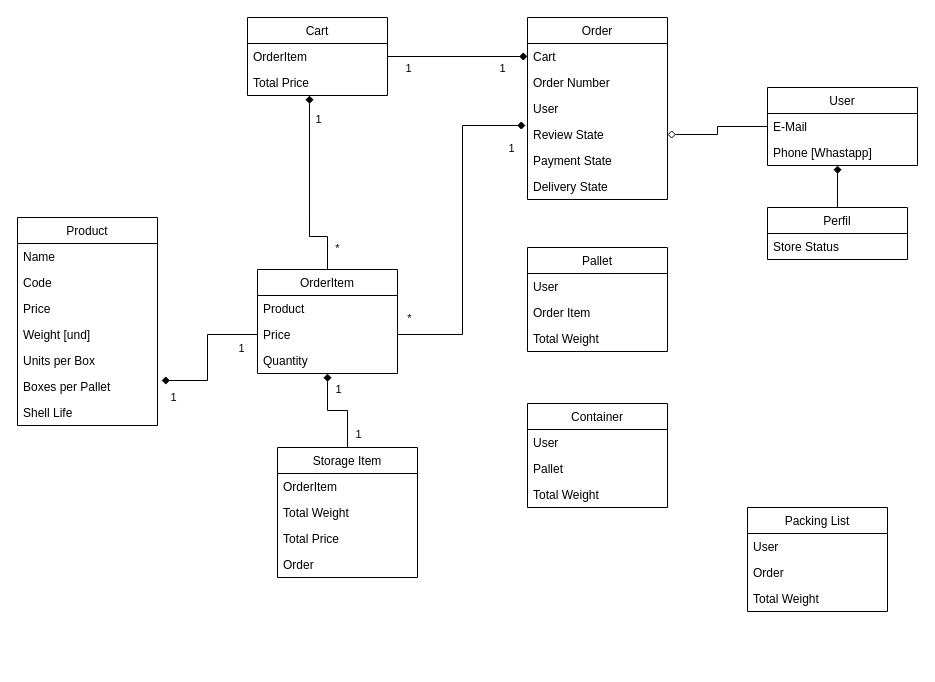
This is LUJACOL Class Diagram.drawio from jacobitosuperstar/lujacol, a draw.io file, before an edit. Source tidied: cells renumbered, new cells numbered last; positions are measured from the earlier drawing's top-left corner, leaving out a move shared by most shapes. Both pictures are drawn from the tidied source at 100%, with x=0, y=0 at pixel (17, 17).
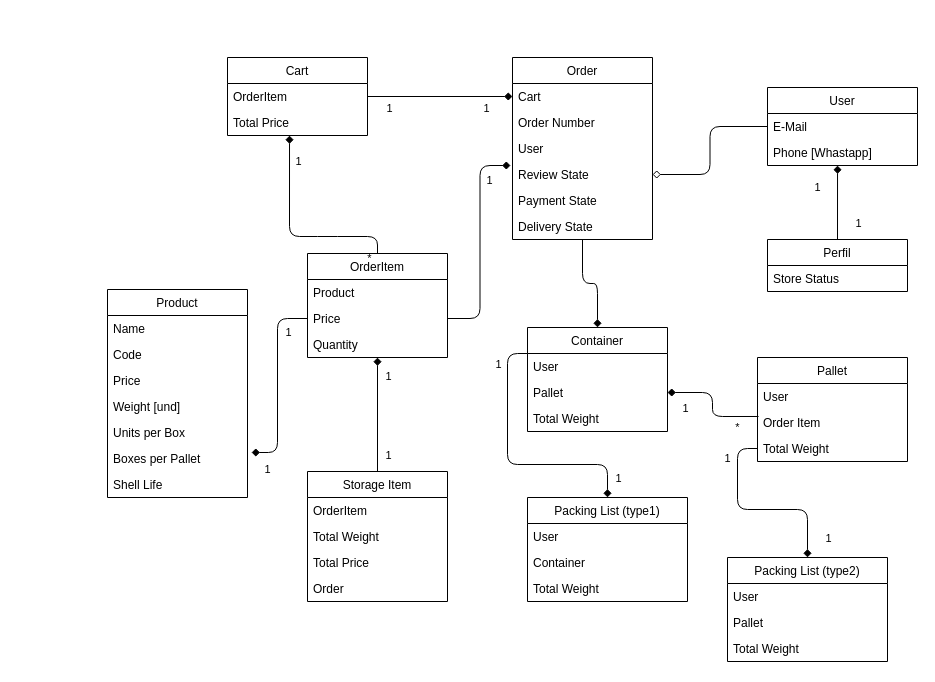
After the change.

Commit message:
Actualización Correcciones

Unchanged cells that the change refers to:
```xml
<mxCell id="8" value="Boxes per Pallet" style="text;strokeColor=none;fillColor=none;align=left;verticalAlign=top;spacingLeft=4;spacingRight=4;overflow=hidden;points=[[0,0.5],[1,0.5]];portConstraint=eastwest;" parent="2" vertex="1">
  <mxGeometry y="156" width="140" height="26" as="geometry" />
</mxCell>
<mxCell id="15" value="Total Price" style="text;strokeColor=none;fillColor=none;align=left;verticalAlign=top;spacingLeft=4;spacingRight=4;overflow=hidden;points=[[0,0.5],[1,0.5]];portConstraint=eastwest;" parent="13" vertex="1">
  <mxGeometry y="52" width="140" height="26" as="geometry" />
</mxCell>
<mxCell id="24" value="Price" style="text;strokeColor=none;fillColor=none;align=left;verticalAlign=top;spacingLeft=4;spacingRight=4;overflow=hidden;points=[[0,0.5],[1,0.5]];portConstraint=eastwest;" parent="22" vertex="1">
  <mxGeometry y="52" width="140" height="26" as="geometry" />
</mxCell>
<mxCell id="27" value="E-Mail" style="text;strokeColor=none;fillColor=none;align=left;verticalAlign=top;spacingLeft=4;spacingRight=4;overflow=hidden;points=[[0,0.5],[1,0.5]];portConstraint=eastwest;" parent="26" vertex="1">
  <mxGeometry y="26" width="150" height="26" as="geometry" />
</mxCell>
<mxCell id="28" value="Phone [Whastapp]" style="text;strokeColor=none;fillColor=none;align=left;verticalAlign=top;spacingLeft=4;spacingRight=4;overflow=hidden;points=[[0,0.5],[1,0.5]];portConstraint=eastwest;" parent="26" vertex="1">
  <mxGeometry y="52" width="150" height="26" as="geometry" />
</mxCell>
<mxCell id="32" value="Cart&#10;" style="text;strokeColor=none;fillColor=none;align=left;verticalAlign=top;spacingLeft=4;spacingRight=4;overflow=hidden;points=[[0,0.5],[1,0.5]];portConstraint=eastwest;" parent="31" vertex="1">
  <mxGeometry y="26" width="140" height="26" as="geometry" />
</mxCell>
<mxCell id="35" value="Review State" style="text;strokeColor=none;fillColor=none;align=left;verticalAlign=top;spacingLeft=4;spacingRight=4;overflow=hidden;points=[[0,0.5],[1,0.5]];portConstraint=eastwest;" parent="31" vertex="1">
  <mxGeometry y="104" width="140" height="26" as="geometry" />
</mxCell>
<mxCell id="50" value="Pallet" style="text;strokeColor=none;fillColor=none;align=left;verticalAlign=top;spacingLeft=4;spacingRight=4;overflow=hidden;points=[[0,0.5],[1,0.5]];portConstraint=eastwest;" parent="48" vertex="1">
  <mxGeometry y="52" width="140" height="26" as="geometry" />
</mxCell>
```

What changed in the source:
```diff
@@
     <mxCell id="2" value="Product" style="swimlane;fontStyle=0;horizontal=1;startSize=26;fillColor=none;" parent="1" vertex="1">
-      <mxGeometry y="200" width="140" height="208" as="geometry" />
+      <mxGeometry x="90" y="272" width="140" height="208" as="geometry" />
     </mxCell>
@@
-    <mxCell id="10" style="edgeStyle=orthogonalEdgeStyle;rounded=0;jettySize=auto;html=1;exitX=1;exitY=0.5;exitDx=0;exitDy=0;endArrow=diamond;endFill=1;" parent="1" edge="1" source="13" target="32">
+    <mxCell id="10" style="edgeStyle=orthogonalEdgeStyle;rounded=1;jettySize=auto;html=1;exitX=1;exitY=0.5;exitDx=0;exitDy=0;endArrow=diamond;endFill=1;" parent="1" edge="1" source="13" target="32">
       <mxGeometry relative="1" as="geometry" />
     </mxCell>
@@
     <mxCell id="13" value="Cart" style="swimlane;fontStyle=0;horizontal=1;startSize=26;fillColor=none;" parent="1" vertex="1">
-      <mxGeometry x="230" width="140" height="78" as="geometry" />
+      <mxGeometry x="210" y="40" width="140" height="78" as="geometry" />
     </mxCell>
@@
-    <mxCell id="16" style="edgeStyle=orthogonalEdgeStyle;rounded=0;jettySize=auto;html=1;entryX=0.5;entryY=0;entryDx=0;entryDy=0;startArrow=diamond;startFill=1;endArrow=none;endFill=0;strokeColor=default;" parent="1" edge="1" source="22" target="43">
+    <mxCell id="16" style="edgeStyle=orthogonalEdgeStyle;rounded=1;jettySize=auto;html=1;entryX=0.5;entryY=0;entryDx=0;entryDy=0;startArrow=diamond;startFill=1;endArrow=none;endFill=0;" parent="1" edge="1" source="22" target="43">
       <mxGeometry relative="1" as="geometry" />
     </mxCell>
@@
-    <mxCell id="19" style="edgeStyle=orthogonalEdgeStyle;rounded=0;jettySize=auto;html=1;exitX=0.5;exitY=0;exitDx=0;exitDy=0;entryX=0.443;entryY=1;entryDx=0;entryDy=0;entryPerimeter=0;endArrow=diamond;endFill=1;" parent="1" edge="1" source="22" target="15">
+    <mxCell id="19" style="edgeStyle=orthogonalEdgeStyle;rounded=1;jettySize=auto;html=1;exitX=0.5;exitY=0;exitDx=0;exitDy=0;entryX=0.443;entryY=1;entryDx=0;entryDy=0;entryPerimeter=0;endArrow=diamond;endFill=1;" parent="1" edge="1" source="22" target="15">
       <mxGeometry relative="1" as="geometry">
         <Array as="points">
           <mxPoint x="310" y="219" />
           <mxPoint x="292" y="219" />
         </Array>
       </mxGeometry>
     </mxCell>
@@
     <mxCell id="21" value="*" style="edgeLabel;html=1;align=center;verticalAlign=middle;" parent="19" vertex="1">
       <mxGeometry x="-0.65" y="-2" relative="1" as="geometry">
-        <mxPoint x="10" y="13" as="offset" />
+        <mxPoint x="10" y="23" as="offset" />
       </mxGeometry>
     </mxCell>
     <mxCell id="22" value="OrderItem" style="swimlane;fontStyle=0;horizontal=1;startSize=26;fillColor=none;" parent="1" vertex="1">
-      <mxGeometry x="240" y="252" width="140" height="104" as="geometry" />
+      <mxGeometry x="290" y="236" width="140" height="104" as="geometry" />
     </mxCell>
@@
     <mxCell id="29" value="Perfil" style="swimlane;fontStyle=0;horizontal=1;startSize=26;fillColor=none;" parent="1" vertex="1">
-      <mxGeometry x="750" y="190" width="140" height="52" as="geometry" />
+      <mxGeometry x="750" y="222" width="140" height="52" as="geometry" />
     </mxCell>
@@
+    <mxCell id="63" style="edgeStyle=orthogonalEdgeStyle;rounded=1;jettySize=auto;html=1;exitX=0.5;exitY=1;exitDx=0;exitDy=0;entryX=0.5;entryY=0;entryDx=0;entryDy=0;endArrow=diamond;endFill=1;" parent="1" edge="1" source="31" target="48">
+      <mxGeometry relative="1" as="geometry" />
+    </mxCell>
     <mxCell id="31" value="Order" style="swimlane;fontStyle=0;horizontal=1;startSize=26;fillColor=none;" parent="1" vertex="1">
-      <mxGeometry x="510" width="140" height="182" as="geometry" />
+      <mxGeometry x="495" y="40" width="140" height="182" as="geometry" />
     </mxCell>
@@
-    <mxCell id="38" style="endArrow=diamond;startArrow=none;endFill=1;startFill=0;html=1;rounded=0;exitX=0.5;exitY=0;exitDx=0;exitDy=0;entryX=0.467;entryY=1;entryDx=0;entryDy=0;entryPerimeter=0;" parent="1" edge="1" source="29" target="28">
-      <mxGeometry relative="1" as="geometry" />
+    <mxCell id="38" value="1" style="endArrow=diamond;startArrow=none;endFill=1;startFill=0;html=1;rounded=1;exitX=0.5;exitY=0;exitDx=0;exitDy=0;entryX=0.467;entryY=1;entryDx=0;entryDy=0;entryPerimeter=0;" parent="1" edge="1" source="29" target="28">
+      <mxGeometry x="0.37" y="20" relative="1" as="geometry">
+        <mxPoint y="-1" as="offset" />
+      </mxGeometry>
     </mxCell>
+    <mxCell id="64" value="1" style="edgeLabel;html=1;align=center;verticalAlign=middle;" parent="38" vertex="1">
+      <mxGeometry x="-0.55" y="-1" relative="1" as="geometry">
+        <mxPoint x="19" as="offset" />
+      </mxGeometry>
+    </mxCell>
+    <mxCell id="65" style="edgeStyle=orthogonalEdgeStyle;curved=0;rounded=1;sketch=0;jettySize=auto;html=1;exitX=0.5;exitY=0;exitDx=0;exitDy=0;entryX=0;entryY=0.25;entryDx=0;entryDy=0;startArrow=diamond;startFill=1;endArrow=none;endFill=0;" parent="1" edge="1" source="39" target="48">
+      <mxGeometry relative="1" as="geometry" />
+    </mxCell>
+    <mxCell id="66" value="1" style="edgeLabel;html=1;align=center;verticalAlign=middle;" parent="65" vertex="1">
+      <mxGeometry x="0.8" y="-3" relative="1" as="geometry">
+        <mxPoint x="-13" y="4" as="offset" />
+      </mxGeometry>
+    </mxCell>
+    <mxCell id="67" value="1" style="edgeLabel;html=1;align=center;verticalAlign=middle;" parent="65" vertex="1">
+      <mxGeometry x="-0.89" y="-2" relative="1" as="geometry">
+        <mxPoint x="8" y="-5" as="offset" />
+      </mxGeometry>
+    </mxCell>
-    <mxCell id="39" value="Packing List" style="swimlane;fontStyle=0;horizontal=1;startSize=26;fillColor=none;" parent="1" vertex="1">
-      <mxGeometry x="730" y="490" width="140" height="104" as="geometry" />
+    <mxCell id="39" value="Packing List (type1)" style="swimlane;fontStyle=0;horizontal=1;startSize=26;fillColor=none;" parent="1" vertex="1">
+      <mxGeometry x="510" y="480" width="160" height="104" as="geometry" />
     </mxCell>
     <mxCell id="40" value="User" style="text;strokeColor=none;fillColor=none;align=left;verticalAlign=top;spacingLeft=4;spacingRight=4;overflow=hidden;" parent="39" vertex="1">
-      <mxGeometry y="26" width="140" height="26" as="geometry" />
+      <mxGeometry y="26" width="160" height="26" as="geometry" />
     </mxCell>
-    <mxCell id="41" value="Order" style="text;strokeColor=none;fillColor=none;align=left;verticalAlign=top;spacingLeft=4;spacingRight=4;overflow=hidden;" parent="39" vertex="1">
-      <mxGeometry y="52" width="140" height="26" as="geometry" />
+    <mxCell id="41" value="Container" style="text;strokeColor=none;fillColor=none;align=left;verticalAlign=top;spacingLeft=4;spacingRight=4;overflow=hidden;" parent="39" vertex="1">
+      <mxGeometry y="52" width="160" height="26" as="geometry" />
     </mxCell>
     <mxCell id="42" value="Total Weight" style="text;strokeColor=none;fillColor=none;align=left;verticalAlign=top;spacingLeft=4;spacingRight=4;overflow=hidden;" parent="39" vertex="1">
-      <mxGeometry y="78" width="140" height="26" as="geometry" />
+      <mxGeometry y="78" width="160" height="26" as="geometry" />
     </mxCell>
     <mxCell id="43" value="Storage Item" style="swimlane;fontStyle=0;horizontal=1;startSize=26;fillColor=none;" parent="1" vertex="1">
-      <mxGeometry x="260" y="430" width="140" height="130" as="geometry" />
+      <mxGeometry x="290" y="454" width="140" height="130" as="geometry" />
     </mxCell>
@@
     <mxCell id="48" value="Container" style="swimlane;fontStyle=0;horizontal=1;startSize=26;fillColor=none;" parent="1" vertex="1">
-      <mxGeometry x="510" y="386" width="140" height="104" as="geometry" />
+      <mxGeometry x="510" y="310" width="140" height="104" as="geometry" />
     </mxCell>
@@
     <mxCell id="52" value="Pallet" style="swimlane;fontStyle=0;horizontal=1;startSize=26;fillColor=none;" parent="1" vertex="1">
-      <mxGeometry x="510" y="230" width="140" height="104" as="geometry" />
+      <mxGeometry x="740" y="340" width="150" height="104" as="geometry" />
     </mxCell>
     <mxCell id="53" value="User" style="text;strokeColor=none;fillColor=none;align=left;verticalAlign=top;spacingLeft=4;spacingRight=4;overflow=hidden;" parent="52" vertex="1">
-      <mxGeometry y="26" width="140" height="26" as="geometry" />
+      <mxGeometry y="26" width="150" height="26" as="geometry" />
     </mxCell>
     <mxCell id="54" value="Order Item" style="text;strokeColor=none;fillColor=none;align=left;verticalAlign=top;spacingLeft=4;spacingRight=4;overflow=hidden;points=[[0,0.5],[1,0.5]];portConstraint=eastwest;" parent="52" vertex="1">
-      <mxGeometry y="52" width="140" height="26" as="geometry" />
+      <mxGeometry y="52" width="150" height="26" as="geometry" />
     </mxCell>
     <mxCell id="55" value="Total Weight" style="text;strokeColor=none;fillColor=none;align=left;verticalAlign=top;spacingLeft=4;spacingRight=4;overflow=hidden;points=[[0,0.5],[1,0.5]];portConstraint=eastwest;" parent="52" vertex="1">
-      <mxGeometry y="78" width="140" height="26" as="geometry" />
+      <mxGeometry y="78" width="150" height="26" as="geometry" />
     </mxCell>
-    <mxCell id="56" style="edgeStyle=orthogonalEdgeStyle;rounded=0;jettySize=auto;html=1;exitX=0;exitY=0.5;exitDx=0;exitDy=0;entryX=1;entryY=0.5;entryDx=0;entryDy=0;endArrow=diamond;endFill=0;" parent="1" edge="1" source="27" target="35">
+    <mxCell id="56" style="edgeStyle=orthogonalEdgeStyle;rounded=1;jettySize=auto;html=1;exitX=0;exitY=0.5;exitDx=0;exitDy=0;entryX=1;entryY=0.5;entryDx=0;entryDy=0;endArrow=diamond;endFill=0;" parent="1" edge="1" source="27" target="35">
       <mxGeometry relative="1" as="geometry" />
     </mxCell>
-    <mxCell id="57" style="edgeStyle=orthogonalEdgeStyle;rounded=0;jettySize=auto;html=1;exitX=0;exitY=0.5;exitDx=0;exitDy=0;entryX=1.029;entryY=0.269;entryDx=0;entryDy=0;entryPerimeter=0;endArrow=diamond;endFill=1;" parent="1" edge="1" source="24" target="8">
+    <mxCell id="57" style="edgeStyle=orthogonalEdgeStyle;rounded=1;jettySize=auto;html=1;exitX=0;exitY=0.5;exitDx=0;exitDy=0;entryX=1.029;entryY=0.269;entryDx=0;entryDy=0;entryPerimeter=0;endArrow=diamond;endFill=1;" parent="1" edge="1" source="24" target="8">
       <mxGeometry relative="1" as="geometry" />
     </mxCell>
@@
-    <mxCell id="60" style="edgeStyle=orthogonalEdgeStyle;rounded=0;jettySize=auto;html=1;exitX=1;exitY=0.5;exitDx=0;exitDy=0;entryX=-0.014;entryY=0.154;entryDx=0;entryDy=0;entryPerimeter=0;endArrow=diamond;endFill=1;" parent="1" edge="1" source="24" target="35">
+    <mxCell id="60" style="edgeStyle=orthogonalEdgeStyle;rounded=1;jettySize=auto;html=1;exitX=1;exitY=0.5;exitDx=0;exitDy=0;entryX=-0.014;entryY=0.154;entryDx=0;entryDy=0;entryPerimeter=0;endArrow=diamond;endFill=1;" parent="1" edge="1" source="24" target="35">
       <mxGeometry relative="1" as="geometry" />
     </mxCell>
     <mxCell id="61" value="1" style="edgeLabel;html=1;align=center;verticalAlign=middle;" parent="60" vertex="1">
       <mxGeometry x="0.9" y="1" relative="1" as="geometry">
-        <mxPoint x="2" y="23" as="offset" />
+        <mxPoint x="-11" y="15" as="offset" />
       </mxGeometry>
     </mxCell>
+    <mxCell id="68" style="edgeStyle=orthogonalEdgeStyle;rounded=1;sketch=0;jettySize=auto;html=1;exitX=1;exitY=0.5;exitDx=0;exitDy=0;entryX=0.007;entryY=0.269;entryDx=0;entryDy=0;entryPerimeter=0;endArrow=none;endFill=0;startArrow=diamond;startFill=1;" parent="1" edge="1" source="50" target="54">
+      <mxGeometry relative="1" as="geometry" />
+    </mxCell>
+    <mxCell id="69" value="1" style="edgeLabel;html=1;align=center;verticalAlign=middle;" parent="68" vertex="1">
+      <mxGeometry x="-0.7" y="-1" relative="1" as="geometry">
+        <mxPoint y="14" as="offset" />
+      </mxGeometry>
+    </mxCell>
-    <mxCell id="62" value="*" style="edgeLabel;html=1;align=center;verticalAlign=middle;" parent="60" vertex="1">
-      <mxGeometry x="-0.92" relative="1" as="geometry">
-        <mxPoint x="-2" y="-17" as="offset" />
+    <mxCell id="62" value="*" style="edgeLabel;html=1;align=center;verticalAlign=middle;" parent="68" vertex="1">
+      <mxGeometry x="0.74" y="-2" relative="1" as="geometry">
+        <mxPoint x="-7" y="9" as="offset" />
       </mxGeometry>
     </mxCell>
+    <mxCell id="70" value="1" style="edgeStyle=orthogonalEdgeStyle;rounded=1;sketch=0;jettySize=auto;html=1;exitX=0.5;exitY=0;exitDx=0;exitDy=0;entryX=0;entryY=0.5;entryDx=0;entryDy=0;startArrow=diamond;startFill=1;endArrow=none;endFill=0;" parent="1" edge="1" source="72" target="55">
+      <mxGeometry x="0.71" y="10" relative="1" as="geometry">
+        <mxPoint y="1" as="offset" />
+      </mxGeometry>
+    </mxCell>
+    <mxCell id="71" value="1" style="edgeLabel;html=1;align=center;verticalAlign=middle;" parent="70" vertex="1">
+      <mxGeometry x="-0.76" y="-2" relative="1" as="geometry">
+        <mxPoint x="18" y="4" as="offset" />
+      </mxGeometry>
+    </mxCell>
+    <mxCell id="72" value="Packing List (type2)" style="swimlane;fontStyle=0;horizontal=1;startSize=26;fillColor=none;" parent="1" vertex="1">
+      <mxGeometry x="710" y="540" width="160" height="104" as="geometry" />
+    </mxCell>
+    <mxCell id="73" value="User" style="text;strokeColor=none;fillColor=none;align=left;verticalAlign=top;spacingLeft=4;spacingRight=4;overflow=hidden;" parent="72" vertex="1">
+      <mxGeometry y="26" width="160" height="26" as="geometry" />
+    </mxCell>
+    <mxCell id="74" value="Pallet" style="text;strokeColor=none;fillColor=none;align=left;verticalAlign=top;spacingLeft=4;spacingRight=4;overflow=hidden;" parent="72" vertex="1">
+      <mxGeometry y="52" width="160" height="26" as="geometry" />
+    </mxCell>
+    <mxCell id="75" value="Total Weight" style="text;strokeColor=none;fillColor=none;align=left;verticalAlign=top;spacingLeft=4;spacingRight=4;overflow=hidden;" parent="72" vertex="1">
+      <mxGeometry y="78" width="160" height="26" as="geometry" />
+    </mxCell>
```
